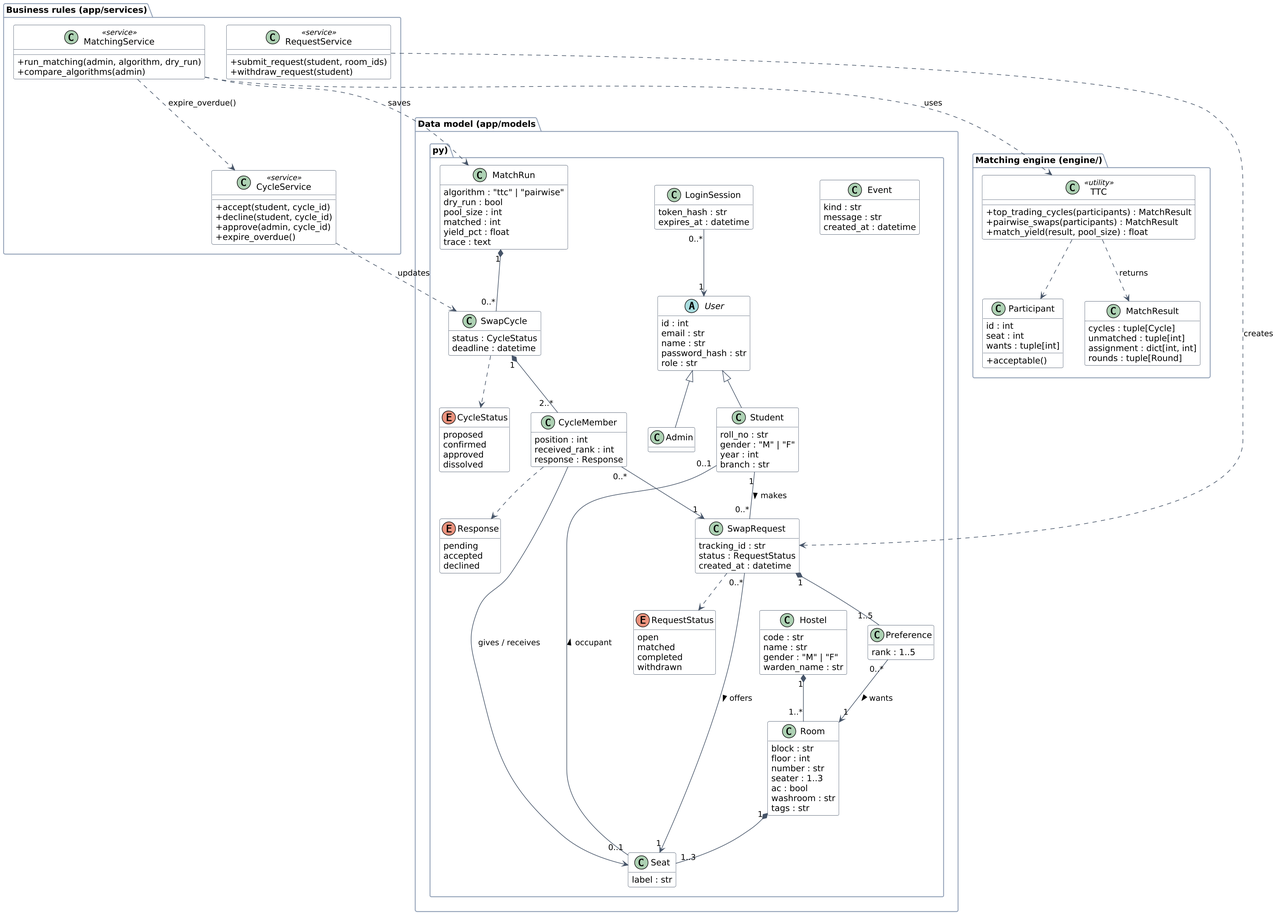
Before: diagrams/out/class.png, a diagram exported from PlantUML (glitchpunch/UCS503P-202627-CampusSwap). The source it was exported from:
```plantuml
@startuml
skinparam dpi 170
skinparam defaultFontName "Arial"
skinparam shadowing false
skinparam classAttributeIconSize 0
skinparam class {
  BackgroundColor #FFFFFF
  BorderColor #475569
  ArrowColor #475569
}
skinparam package {
  BorderColor #94A3B8
  FontStyle bold
}
hide empty methods

package "Data model (app/models.py)" {
  abstract class User {
    id : int
    email : str
    name : str
    password_hash : str
    role : str
  }
  class Student {
    roll_no : str
    gender : "M" | "F"
    year : int
    branch : str
  }
  class Admin
  class LoginSession {
    token_hash : str
    expires_at : datetime
  }
  class Hostel {
    code : str
    name : str
    gender : "M" | "F"
    warden_name : str
  }
  class Room {
    block : str
    floor : int
    number : str
    seater : 1..3
    ac : bool
    washroom : str
    tags : str
  }
  class Seat {
    label : str
  }
  class SwapRequest {
    tracking_id : str
    status : RequestStatus
    created_at : datetime
  }
  class Preference {
    rank : 1..5
  }
  class MatchRun {
    algorithm : "ttc" | "pairwise"
    dry_run : bool
    pool_size : int
    matched : int
    yield_pct : float
    trace : text
  }
  class SwapCycle {
    status : CycleStatus
    deadline : datetime
  }
  class CycleMember {
    position : int
    received_rank : int
    response : Response
  }
  class Event {
    kind : str
    message : str
    created_at : datetime
  }
  enum RequestStatus {
    open
    matched
    completed
    withdrawn
  }
  enum CycleStatus {
    proposed
    confirmed
    approved
    dissolved
  }
  enum Response {
    pending
    accepted
    declined
  }
}

package "Business rules (app/services)" {
  class RequestService <<service>> {
    +submit_request(student, room_ids)
    +withdraw_request(student)
  }
  class MatchingService <<service>> {
    +run_matching(admin, algorithm, dry_run)
    +compare_algorithms(admin)
  }
  class CycleService <<service>> {
    +accept(student, cycle_id)
    +decline(student, cycle_id)
    +approve(admin, cycle_id)
    +expire_overdue()
  }
}

package "Matching engine (engine/)" {
  class Participant {
    id : int
    seat : int
    wants : tuple[int]
    +acceptable()
  }
  class MatchResult {
    cycles : tuple[Cycle]
    unmatched : tuple[int]
    assignment : dict[int, int]
    rounds : tuple[Round]
  }
  class TTC <<utility>> {
    +top_trading_cycles(participants) : MatchResult
    +pairwise_swaps(participants) : MatchResult
    +match_yield(result, pool_size) : float
  }
}

User <|-- Student
User <|-- Admin
LoginSession "0..*" --> "1" User

Hostel "1" *-- "1..*" Room
Room "1" *-- "1..3" Seat
Seat "0..1" -- "0..1" Student : occupant >

Student "1" -- "0..*" SwapRequest : makes >
SwapRequest "0..*" --> "1" Seat : offers >
SwapRequest "1" *-- "1..5" Preference
Preference "0..*" --> "1" Room : wants >

MatchRun "1" *-- "0..*" SwapCycle
SwapCycle "1" *-- "2..*" CycleMember
CycleMember "0..*" --> "1" SwapRequest
CycleMember --> Seat : gives / receives

SwapRequest ..> RequestStatus
SwapCycle ..> CycleStatus
CycleMember ..> Response

RequestService ..> SwapRequest : creates
MatchingService ..> TTC : uses
MatchingService ..> MatchRun : saves
MatchingService ..> CycleService : expire_overdue()
CycleService ..> SwapCycle : updates
TTC ..> Participant
TTC ..> MatchResult : returns
@enduml
```
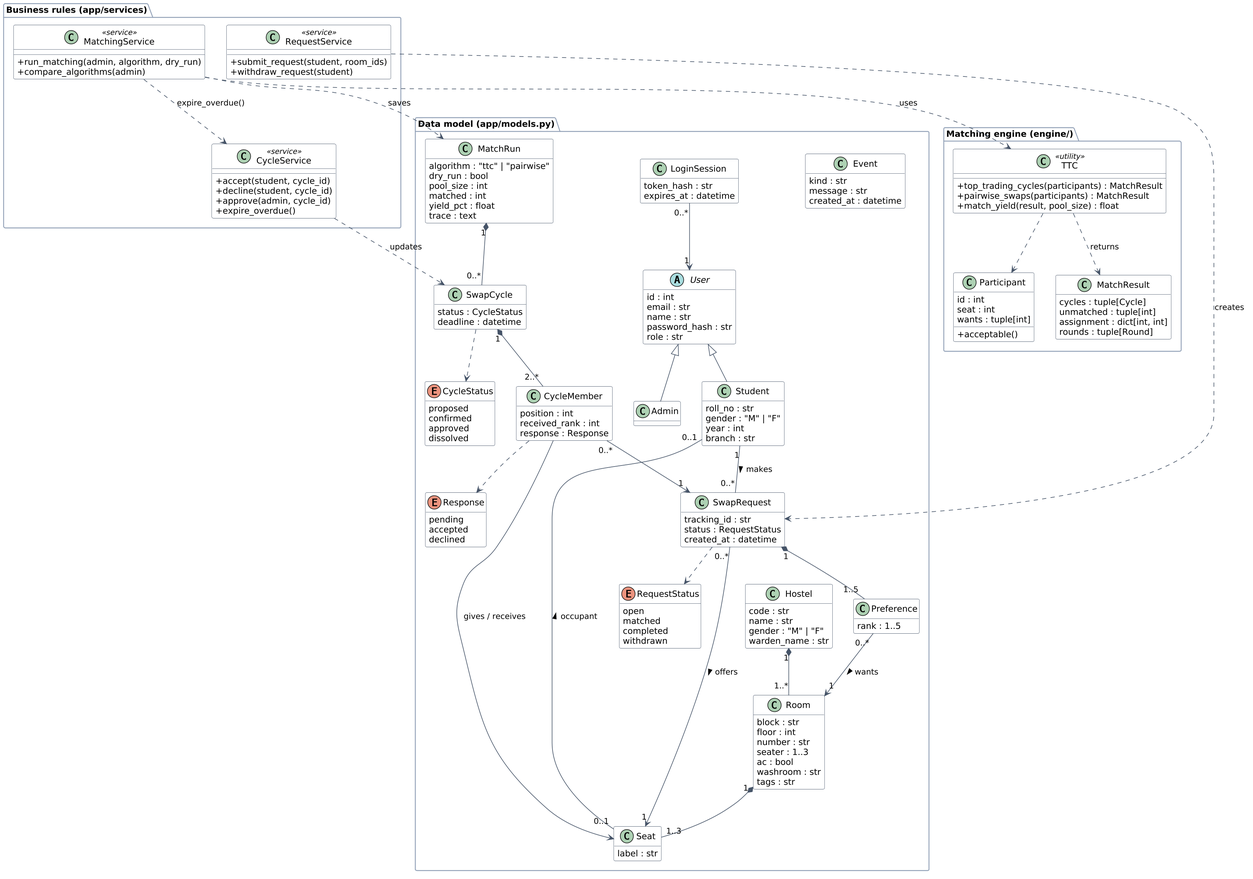
The same file after the commit.

Commit message:
Tidy the class and activity diagrams and dashboard step wording

What changed in the source:
```diff
@@ -1,4 +1,5 @@
 @startuml
+set separator none
 skinparam dpi 170
 skinparam defaultFontName "Arial"
 skinparam shadowing false
```
